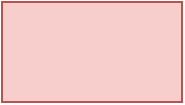
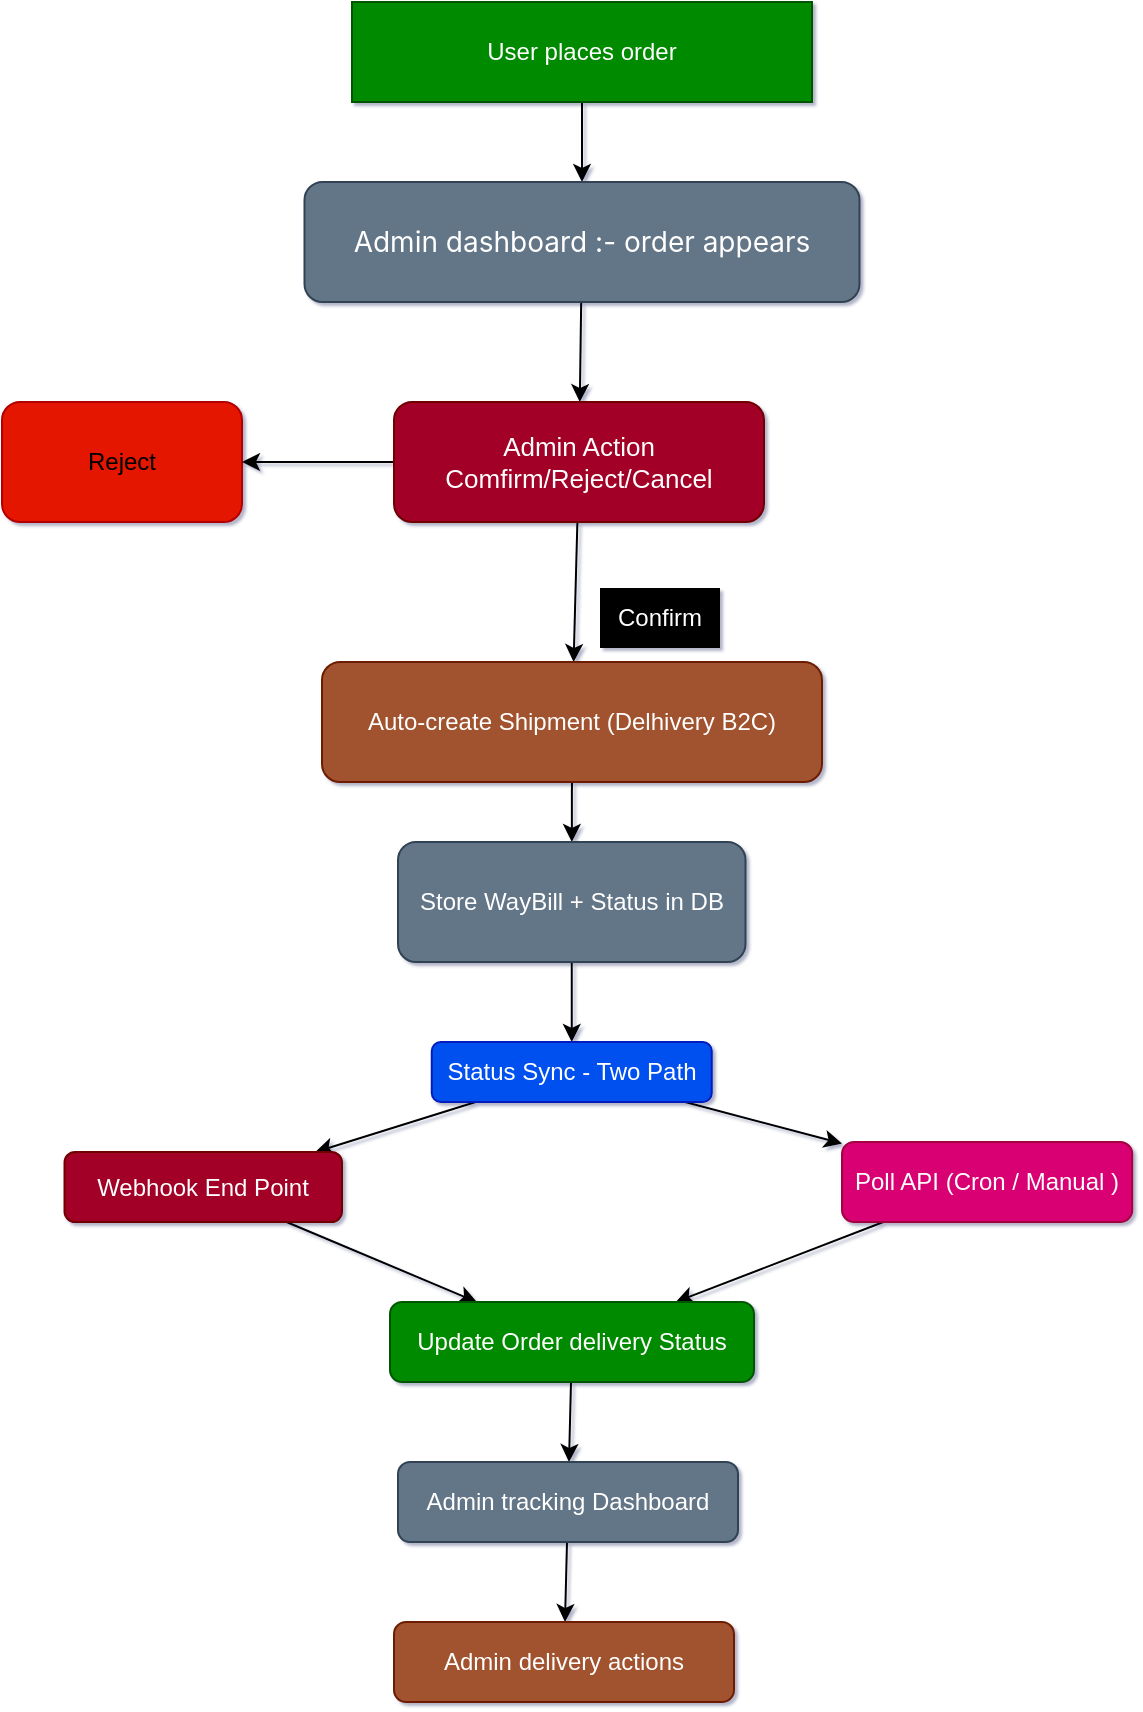
<mxfile host="65bd71144e">
    <diagram id="q2JuOnaEUDSzqIjqtiAS" name="Page-1">
-         <mxGraphModel dx="746" dy="466" grid="1" gridSize="10" guides="1" tooltips="1" connect="1" arrows="1" fold="1" page="1" pageScale="1" pageWidth="850" pageHeight="1100" math="0" shadow="0">
+         <mxGraphModel dx="1198" dy="466" grid="1" gridSize="10" guides="1" tooltips="1" connect="1" arrows="1" fold="1" page="1" pageScale="1" pageWidth="850" pageHeight="1100" background="none" math="0" shadow="1">
            <root>
                <mxCell id="0"/>
                <mxCell id="1" parent="0"/>
-                 <mxCell id="2" value="" style="whiteSpace=wrap;html=1;fillColor=#f8cecc;strokeColor=#b85450;" vertex="1" parent="1">
-                     <mxGeometry x="30" y="110" width="90" height="50" as="geometry"/>
+                 <mxCell id="14" value="" style="edgeStyle=none;html=1;" edge="1" parent="1" source="2" target="13">
+                     <mxGeometry relative="1" as="geometry"/>
+                 </mxCell>
+                 <mxCell id="2" value="User places order" style="whiteSpace=wrap;html=1;fillColor=#008a00;strokeColor=#005700;fontColor=#ffffff;" parent="1" vertex="1">
+                     <mxGeometry x="315" y="30" width="230" height="50" as="geometry"/>
+                 </mxCell>
+                 <mxCell id="18" value="" style="edgeStyle=none;html=1;" edge="1" parent="1" source="13" target="17">
+                     <mxGeometry relative="1" as="geometry"/>
+                 </mxCell>
+                 <mxCell id="13" value="&lt;span style=&quot;font-family: &amp;quot;Anthropic Sans&amp;quot;, -apple-system, BlinkMacSystemFont, &amp;quot;Segoe UI&amp;quot;, sans-serif; font-size: 14px; text-align: start; text-wrap-mode: nowrap;&quot;&gt;&lt;font style=&quot;color: rgb(255, 255, 255);&quot;&gt;Admin dashboard :- order appears&lt;/font&gt;&lt;/span&gt;" style="rounded=1;whiteSpace=wrap;html=1;fillColor=#647687;strokeColor=#314354;fontColor=#ffffff;" vertex="1" parent="1">
+                     <mxGeometry x="291.25" y="120" width="277.5" height="60" as="geometry"/>
+                 </mxCell>
+                 <mxCell id="15" value="&lt;font style=&quot;color: rgb(0, 0, 0);&quot;&gt;Reject&lt;/font&gt;" style="rounded=1;whiteSpace=wrap;html=1;fillColor=#e51400;fontColor=#ffffff;strokeColor=#B20000;" vertex="1" parent="1">
+                     <mxGeometry x="140" y="230" width="120" height="60" as="geometry"/>
+                 </mxCell>
+                 <mxCell id="19" value="" style="edgeStyle=none;html=1;" edge="1" parent="1" source="17" target="15">
+                     <mxGeometry relative="1" as="geometry"/>
+                 </mxCell>
+                 <mxCell id="21" value="" style="edgeStyle=none;html=1;" edge="1" parent="1" source="17" target="20">
+                     <mxGeometry relative="1" as="geometry"/>
+                 </mxCell>
+                 <mxCell id="17" value="&lt;font style=&quot;font-size: 13px; color: rgb(255, 255, 255);&quot;&gt;Admin Action&lt;br&gt;Comfirm/Reject/Cancel&lt;/font&gt;" style="rounded=1;whiteSpace=wrap;html=1;fillColor=#a20025;strokeColor=#6F0000;fontColor=#ffffff;" vertex="1" parent="1">
+                     <mxGeometry x="336" y="230" width="185" height="60" as="geometry"/>
+                 </mxCell>
+                 <mxCell id="24" value="" style="edgeStyle=none;html=1;" edge="1" parent="1" source="20" target="23">
+                     <mxGeometry relative="1" as="geometry"/>
+                 </mxCell>
+                 <mxCell id="20" value="Auto-create Shipment (Delhivery B2C)" style="rounded=1;whiteSpace=wrap;html=1;fillColor=#a0522d;fontColor=#ffffff;strokeColor=#6D1F00;" vertex="1" parent="1">
+                     <mxGeometry x="300" y="360" width="250" height="60" as="geometry"/>
+                 </mxCell>
+                 <mxCell id="22" value="Confirm" style="text;html=1;align=center;verticalAlign=middle;whiteSpace=wrap;rounded=0;fillColor=#000000;fontColor=#FFFFFF;" vertex="1" parent="1">
+                     <mxGeometry x="439" y="323" width="60" height="30" as="geometry"/>
+                 </mxCell>
+                 <mxCell id="27" value="" style="edgeStyle=none;html=1;" edge="1" parent="1" source="23" target="26">
+                     <mxGeometry relative="1" as="geometry"/>
+                 </mxCell>
+                 <mxCell id="23" value="Store WayBill + Status in DB" style="rounded=1;whiteSpace=wrap;html=1;fillColor=#647687;fontColor=#ffffff;strokeColor=#314354;" vertex="1" parent="1">
+                     <mxGeometry x="338" y="450" width="173.75" height="60" as="geometry"/>
+                 </mxCell>
+                 <mxCell id="30" value="" style="edgeStyle=none;html=1;" edge="1" parent="1" source="26" target="29">
+                     <mxGeometry relative="1" as="geometry"/>
+                 </mxCell>
+                 <mxCell id="31" value="" style="edgeStyle=none;html=1;" edge="1" parent="1" source="26" target="28">
+                     <mxGeometry relative="1" as="geometry"/>
+                 </mxCell>
+                 <mxCell id="26" value="Status Sync - Two Path" style="rounded=1;whiteSpace=wrap;html=1;fillColor=#0050ef;fontColor=#ffffff;strokeColor=#001DBC;" vertex="1" parent="1">
+                     <mxGeometry x="354.88" y="550" width="140" height="30" as="geometry"/>
+                 </mxCell>
+                 <mxCell id="34" value="" style="edgeStyle=none;html=1;" edge="1" parent="1" source="28" target="32">
+                     <mxGeometry relative="1" as="geometry"/>
+                 </mxCell>
+                 <mxCell id="28" value="Webhook End Point" style="rounded=1;whiteSpace=wrap;html=1;fillColor=#a20025;fontColor=#ffffff;strokeColor=#6F0000;" vertex="1" parent="1">
+                     <mxGeometry x="171.25" y="605" width="138.75" height="35" as="geometry"/>
+                 </mxCell>
+                 <mxCell id="33" value="" style="edgeStyle=none;html=1;" edge="1" parent="1" source="29" target="32">
+                     <mxGeometry relative="1" as="geometry"/>
+                 </mxCell>
+                 <mxCell id="29" value="Poll API (Cron / Manual )" style="rounded=1;whiteSpace=wrap;html=1;fillColor=#d80073;fontColor=#ffffff;strokeColor=#A50040;" vertex="1" parent="1">
+                     <mxGeometry x="560" y="600" width="145.12" height="40" as="geometry"/>
+                 </mxCell>
+                 <mxCell id="36" value="" style="edgeStyle=none;html=1;" edge="1" parent="1" source="32" target="35">
+                     <mxGeometry relative="1" as="geometry"/>
+                 </mxCell>
+                 <mxCell id="32" value="Update Order delivery Status" style="rounded=1;whiteSpace=wrap;html=1;fillColor=#008a00;fontColor=#ffffff;strokeColor=#005700;" vertex="1" parent="1">
+                     <mxGeometry x="334" y="680" width="182" height="40" as="geometry"/>
+                 </mxCell>
+                 <mxCell id="38" value="" style="edgeStyle=none;html=1;" edge="1" parent="1" source="35" target="37">
+                     <mxGeometry relative="1" as="geometry"/>
+                 </mxCell>
+                 <mxCell id="35" value="Admin tracking Dashboard" style="rounded=1;whiteSpace=wrap;html=1;fillColor=#647687;fontColor=#ffffff;strokeColor=#314354;" vertex="1" parent="1">
+                     <mxGeometry x="338" y="760" width="170" height="40" as="geometry"/>
+                 </mxCell>
+                 <mxCell id="37" value="Admin delivery actions" style="rounded=1;whiteSpace=wrap;html=1;fillColor=#a0522d;fontColor=#ffffff;strokeColor=#6D1F00;" vertex="1" parent="1">
+                     <mxGeometry x="336" y="840" width="170" height="40" as="geometry"/>
                </mxCell>
            </root>
        </mxGraphModel>
    </diagram>
</mxfile>